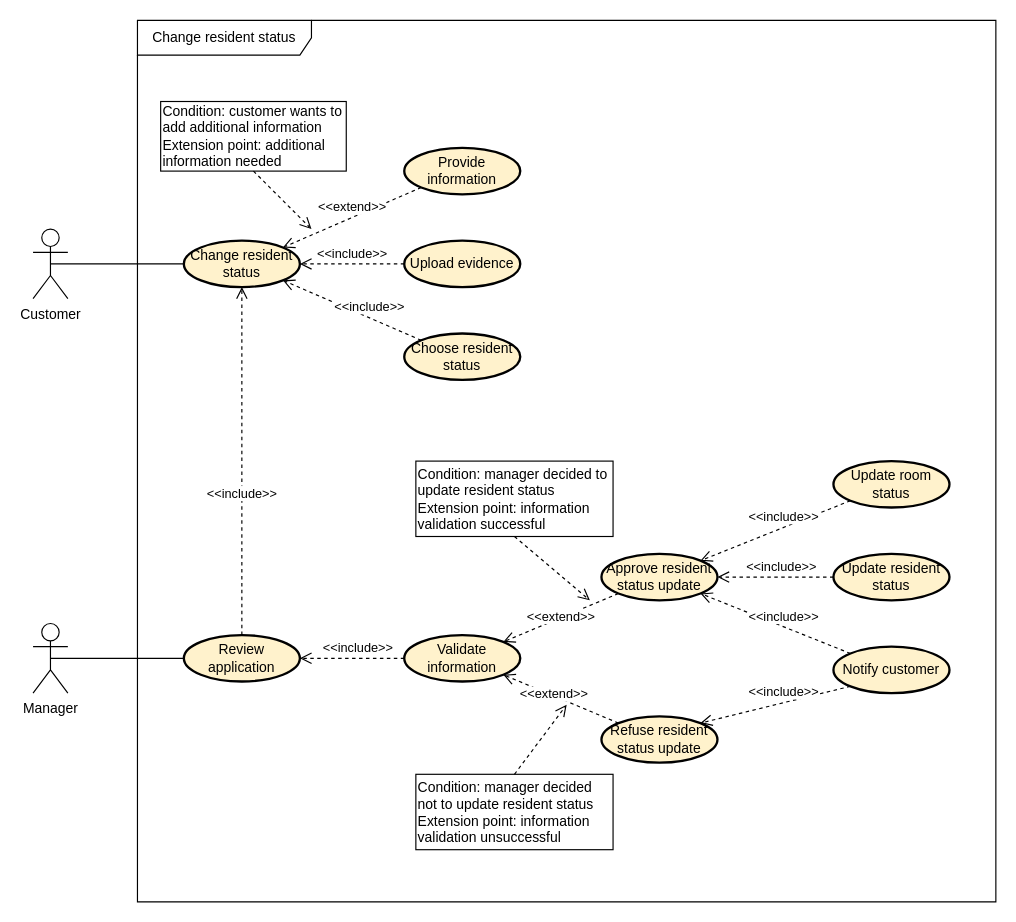
The draw.io diagram Functional-analysis/usecase-diagram/0. Quản lí/ChangeResidentStatus.drawio in HuyEuler/Apartment-management-system, before the edit. Source tidied: cells renumbered, new cells numbered last; positions are measured from the earlier drawing's top-left corner, leaving out a move shared by most shapes. Both pictures are drawn from the tidied source at 116%, with x=0, y=0 at pixel (32, 20).
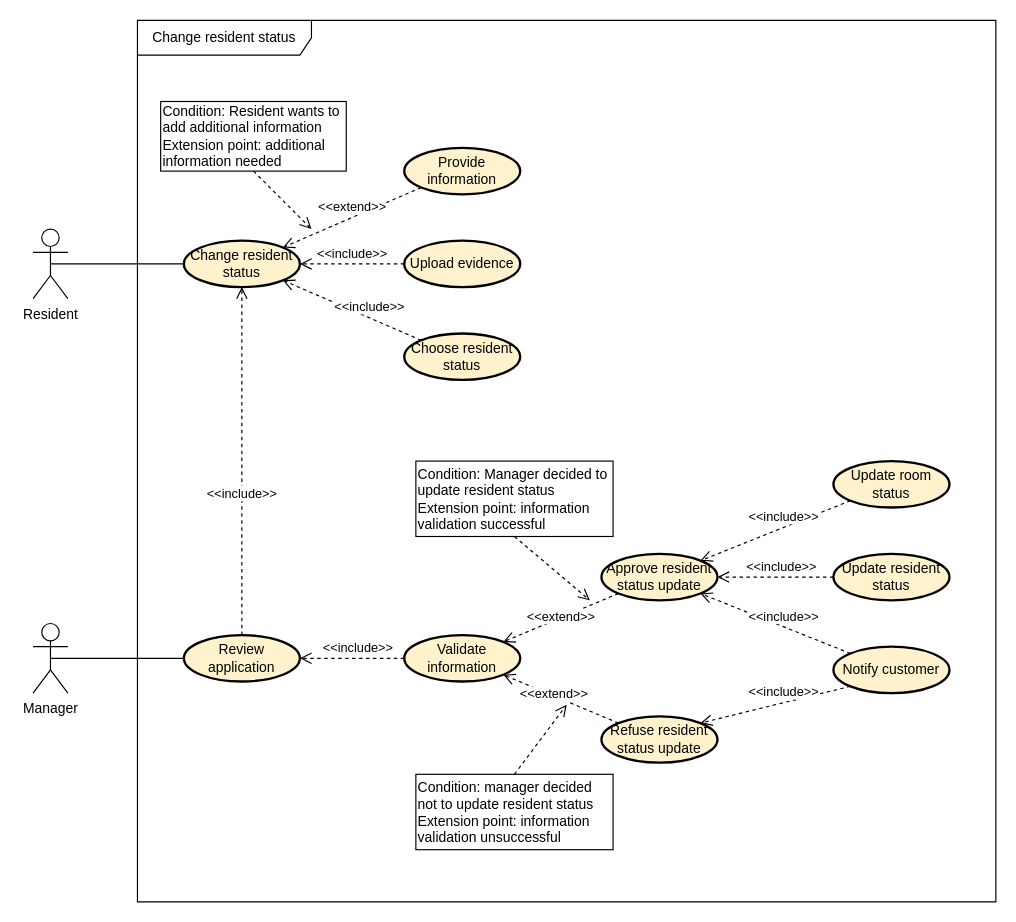
Above is the later version.

Commit message (it also covers changes not shown here):
Fix name conflict in usecase 0,3

Change to the diagram source:
```diff
@@
-    <mxCell id="2" value="Customer" style="shape=umlActor;verticalLabelPosition=bottom;verticalAlign=top;html=1;" parent="1" vertex="1">
+    <mxCell id="2" value="Resident" style="shape=umlActor;verticalLabelPosition=bottom;verticalAlign=top;html=1;" parent="1" vertex="1">
       <mxGeometry y="180" width="30" height="60" as="geometry" />
     </mxCell>
@@
-    <mxCell id="16" value="Condition: manager decided to update resident status&lt;div&gt;Extension point:&amp;nbsp;information validation successful&lt;/div&gt;" style="whiteSpace=wrap;html=1;align=left;" parent="1" vertex="1">
+    <mxCell id="16" value="Condition: Manager decided to update resident status&lt;div&gt;Extension point:&amp;nbsp;information validation successful&lt;/div&gt;" style="whiteSpace=wrap;html=1;align=left;" parent="1" vertex="1">
       <mxGeometry x="330" y="380" width="170" height="65" as="geometry" />
     </mxCell>
@@
-    <mxCell id="20" value="Condition: customer wants to add additional information&lt;div&gt;Extension point: additional information needed&lt;/div&gt;" style="whiteSpace=wrap;html=1;align=left;" parent="1" vertex="1">
+    <mxCell id="20" value="Condition: Resident wants to add additional information&lt;div&gt;Extension point: additional information needed&lt;/div&gt;" style="whiteSpace=wrap;html=1;align=left;" parent="1" vertex="1">
       <mxGeometry x="110" y="70" width="160" height="60" as="geometry" />
     </mxCell>
```
